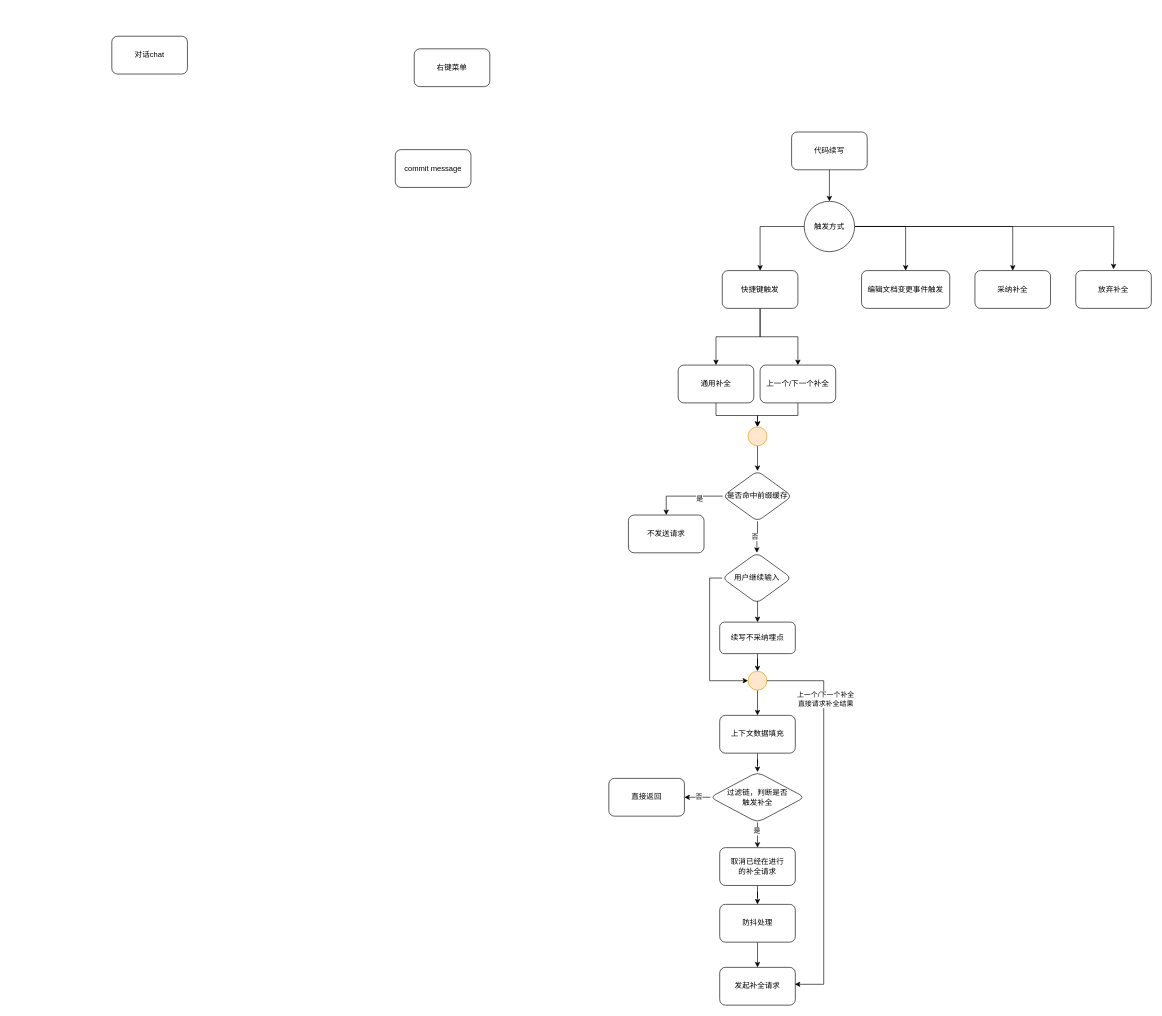
Before: page "流程图" (1 of 3) of Hipilot插件开发.drawio in msb8080/my-diagrams, a draw.io diagram. Source tidied: cells renumbered, new cells numbered last; positions are measured from the earlier drawing's top-left corner, leaving out a move shared by most shapes. Both pictures are drawn from the tidied source at 63%, with x=0, y=0 at pixel (112, 36).
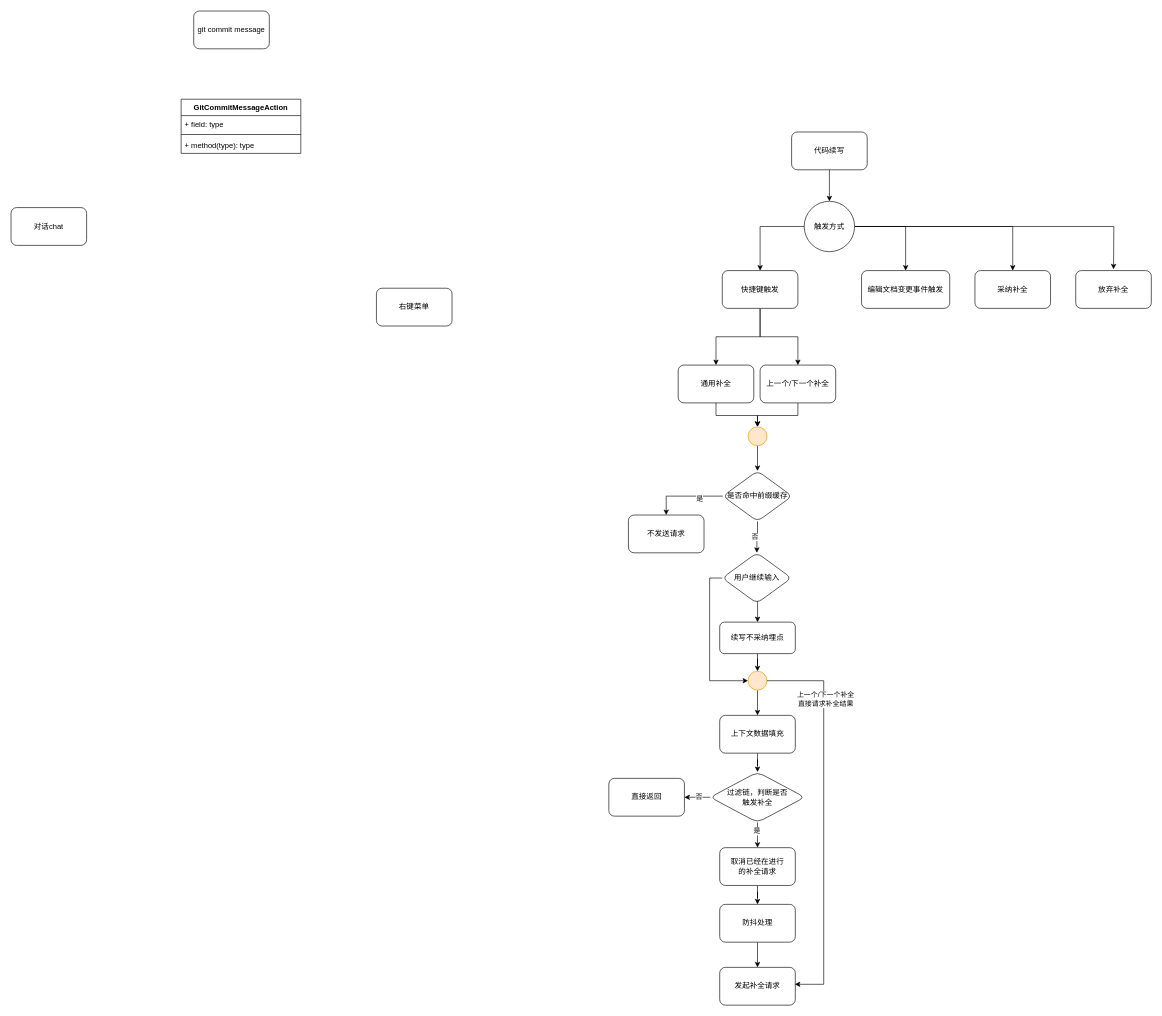
The same page after the edit.

What changed in the source:
```diff
@@
     <mxCell id="2" value="对话chat" style="rounded=1;whiteSpace=wrap;html=1;" parent="1" vertex="1">
-      <mxGeometry width="120" height="60" as="geometry" />
+      <mxGeometry x="-160" y="272" width="120" height="60" as="geometry" />
     </mxCell>
     <mxCell id="3" value="右键菜单" style="rounded=1;whiteSpace=wrap;html=1;" parent="1" vertex="1">
-      <mxGeometry x="480" y="20" width="120" height="60" as="geometry" />
+      <mxGeometry x="420" y="400" width="120" height="60" as="geometry" />
     </mxCell>
@@
-    <mxCell id="49" value="commit message" style="rounded=1;whiteSpace=wrap;html=1;" parent="1" vertex="1">
-      <mxGeometry x="450" y="180" width="120" height="60" as="geometry" />
+    <mxCell id="49" value="git commit message" style="rounded=1;whiteSpace=wrap;html=1;" parent="1" vertex="1">
+      <mxGeometry x="130" y="-40" width="120" height="60" as="geometry" />
     </mxCell>
@@
+    <mxCell id="52" value="GitCommitMessageAction" style="swimlane;fontStyle=1;align=center;verticalAlign=top;horizontal=1;startSize=26;whiteSpace=wrap;html=1;" parent="1" vertex="1">
+      <mxGeometry x="110" y="100" width="190" height="86" as="geometry" />
+    </mxCell>
+    <mxCell id="53" value="+ field: type" style="text;strokeColor=none;fillColor=none;align=left;verticalAlign=top;spacingLeft=4;spacingRight=4;overflow=hidden;whiteSpace=wrap;html=1;" parent="52" vertex="1">
+      <mxGeometry y="26" width="190" height="26" as="geometry" />
+    </mxCell>
+    <mxCell id="54" style="line;strokeWidth=1;fillColor=none;align=left;verticalAlign=middle;spacingTop=-1;spacingLeft=3;spacingRight=3;labelPosition=right;strokeColor=inherit;" parent="52" vertex="1">
+      <mxGeometry y="52" width="190" height="8" as="geometry" />
+    </mxCell>
+    <mxCell id="55" value="+ method(type): type" style="text;strokeColor=none;fillColor=none;align=left;verticalAlign=top;spacingLeft=4;spacingRight=4;overflow=hidden;whiteSpace=wrap;html=1;" parent="52" vertex="1">
+      <mxGeometry y="60" width="190" height="26" as="geometry" />
+    </mxCell>
```
